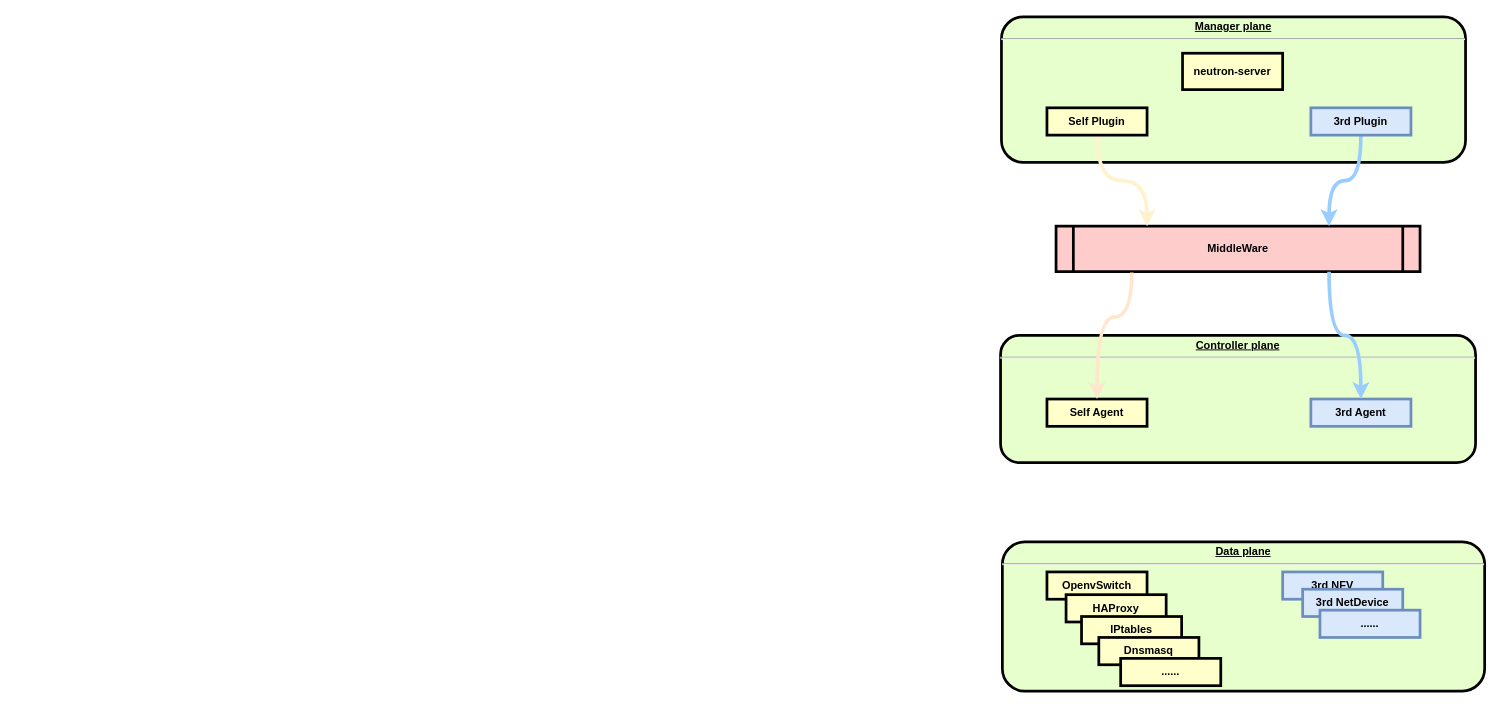
Earlier version of the draw.io diagram page "Page-2" (2 of 2) of Untitled Diagram.drawio (Sleepless-Poet/Lee). Source tidied: cells renumbered, new cells numbered last; positions are measured from the earlier drawing's top-left corner, leaving out a move shared by most shapes. Both pictures are drawn from the tidied source at 91%, with x=0, y=0 at pixel (1000, 16).
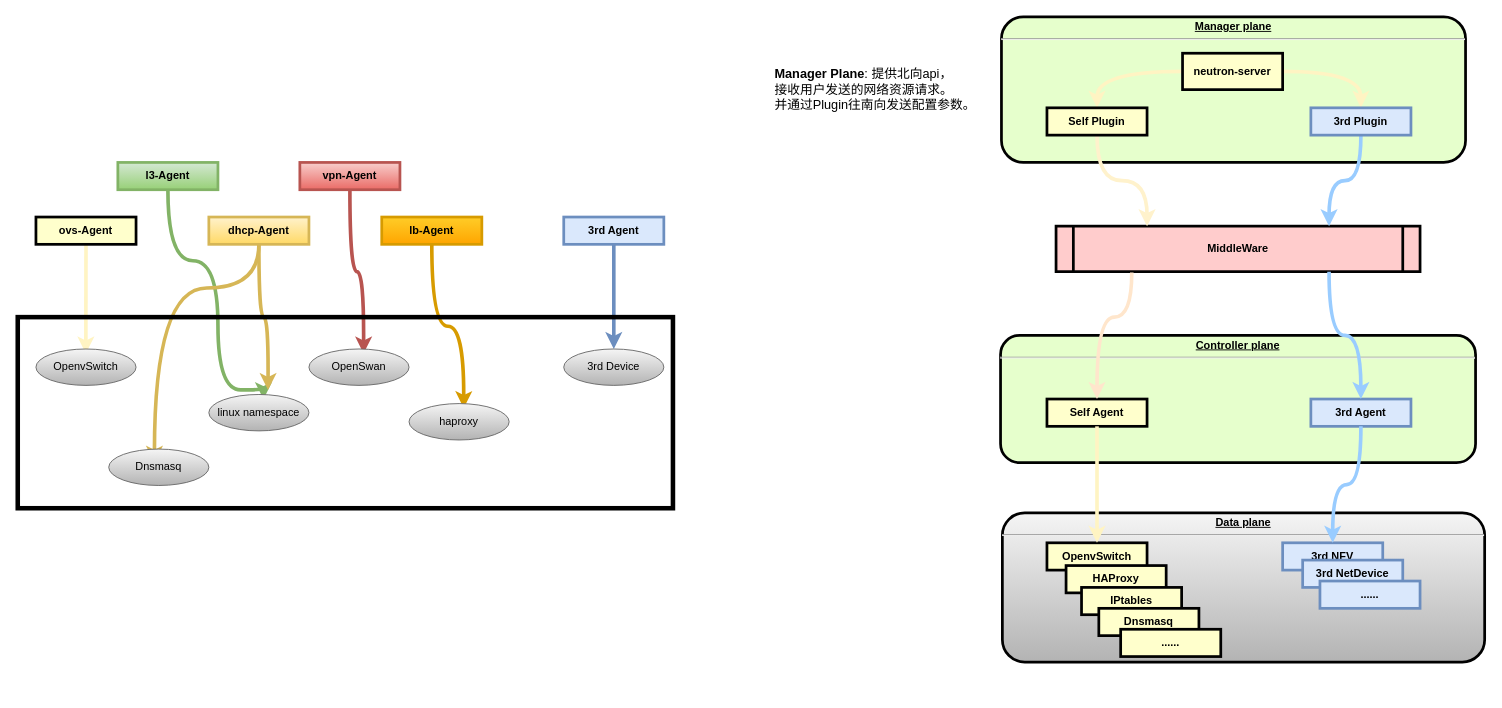
The same page after the edit.

Unchanged cells that the change refers to:
```xml
<mxCell id="5" value="neutron-server" style="whiteSpace=wrap;align=center;verticalAlign=middle;fontStyle=1;strokeWidth=3;fillColor=#FFFFCC;" parent="1" vertex="1">
  <mxGeometry x="200" y="40" width="110" height="40" as="geometry" />
</mxCell>
<mxCell id="7" value="Self Plugin" style="whiteSpace=wrap;align=center;verticalAlign=middle;fontStyle=1;strokeWidth=3;fillColor=#FFFFCC;" parent="1" vertex="1">
  <mxGeometry x="51" y="100" width="110" height="30" as="geometry" />
</mxCell>
<mxCell id="9" value="3rd Plugin" style="whiteSpace=wrap;align=center;verticalAlign=middle;fontStyle=1;strokeWidth=3;fillColor=#dae8fc;strokeColor=#6c8ebf;" parent="1" vertex="1">
  <mxGeometry x="341" y="100" width="110" height="30" as="geometry" />
</mxCell>
<mxCell id="11" value="Self Agent" style="whiteSpace=wrap;align=center;verticalAlign=middle;fontStyle=1;strokeWidth=3;fillColor=#FFFFCC;" parent="1" vertex="1">
  <mxGeometry x="51" y="420" width="110" height="30" as="geometry" />
</mxCell>
<mxCell id="12" value="3rd Agent" style="whiteSpace=wrap;align=center;verticalAlign=middle;fontStyle=1;strokeWidth=3;fillColor=#dae8fc;strokeColor=#6c8ebf;" parent="1" vertex="1">
  <mxGeometry x="341" y="420" width="110" height="30" as="geometry" />
</mxCell>
```

The edit, as a diff of the source:
```diff
@@
-    <mxCell id="3" value="&lt;p style=&quot;margin: 0px ; margin-top: 4px ; text-align: center ; text-decoration: underline&quot;&gt;Data plane&lt;/p&gt;&lt;hr&gt;&lt;p style=&quot;margin: 0px ; margin-left: 8px&quot;&gt;&lt;br&gt;&lt;/p&gt;" style="verticalAlign=middle;align=center;overflow=fill;fontSize=12;fontFamily=Helvetica;html=1;rounded=1;fontStyle=1;strokeWidth=3;fillColor=#E6FFCC;" parent="1" vertex="1">
-      <mxGeometry x="2" y="577" width="530" height="164" as="geometry" />
-    </mxCell>
@@
+    <mxCell id="23" style="edgeStyle=orthogonalEdgeStyle;curved=1;rounded=0;jettySize=auto;html=1;entryX=0.5;entryY=0;entryDx=0;entryDy=0;strokeColor=#FFF4C3;strokeWidth=4;" parent="1" edge="1" source="5" target="7">
+      <mxGeometry relative="1" as="geometry" />
+    </mxCell>
+    <mxCell id="24" style="edgeStyle=orthogonalEdgeStyle;curved=1;rounded=0;jettySize=auto;html=1;exitX=1;exitY=0.5;exitDx=0;exitDy=0;entryX=0.5;entryY=0;entryDx=0;entryDy=0;strokeColor=#FFF4C3;strokeWidth=4;" parent="1" edge="1" source="5" target="9">
+      <mxGeometry relative="1" as="geometry" />
+    </mxCell>
@@
+    <mxCell id="25" style="group;fillColor=#f5f5f5;gradientColor=#b3b3b3;rounded=1;" parent="1" vertex="1">
+      <mxGeometry x="2" y="545" width="530" height="164" as="geometry" />
+    </mxCell>
+    <mxCell id="3" value="&lt;p style=&quot;margin: 0px ; margin-top: 4px ; text-align: center ; text-decoration: underline&quot;&gt;Data plane&lt;/p&gt;&lt;hr&gt;&lt;p style=&quot;margin: 0px ; margin-left: 8px&quot;&gt;&lt;br&gt;&lt;/p&gt;" style="verticalAlign=middle;align=center;overflow=fill;fontSize=12;fontFamily=Helvetica;html=1;rounded=1;fontStyle=1;strokeWidth=3;fillColor=none;" parent="25" vertex="1">
+      <mxGeometry width="530" height="164" as="geometry" />
+    </mxCell>
-    <mxCell id="15" value="OpenvSwitch" style="whiteSpace=wrap;align=center;verticalAlign=middle;fontStyle=1;strokeWidth=3;fillColor=#FFFFCC;" parent="1" vertex="1">
-      <mxGeometry x="51" y="610" width="110" height="30" as="geometry" />
+    <mxCell id="15" value="OpenvSwitch" style="whiteSpace=wrap;align=center;verticalAlign=middle;fontStyle=1;strokeWidth=3;fillColor=#FFFFCC;" parent="25" vertex="1">
+      <mxGeometry x="49" y="33" width="110" height="30" as="geometry" />
     </mxCell>
-    <mxCell id="16" value="HAProxy" style="whiteSpace=wrap;align=center;verticalAlign=middle;fontStyle=1;strokeWidth=3;fillColor=#FFFFCC;" parent="1" vertex="1">
-      <mxGeometry x="72" y="635" width="110" height="30" as="geometry" />
+    <mxCell id="16" value="HAProxy" style="whiteSpace=wrap;align=center;verticalAlign=middle;fontStyle=1;strokeWidth=3;fillColor=#FFFFCC;" parent="25" vertex="1">
+      <mxGeometry x="70" y="58" width="110" height="30" as="geometry" />
     </mxCell>
-    <mxCell id="17" value="IPtables" style="whiteSpace=wrap;align=center;verticalAlign=middle;fontStyle=1;strokeWidth=3;fillColor=#FFFFCC;" parent="1" vertex="1">
-      <mxGeometry x="89" y="659" width="110" height="30" as="geometry" />
+    <mxCell id="17" value="IPtables" style="whiteSpace=wrap;align=center;verticalAlign=middle;fontStyle=1;strokeWidth=3;fillColor=#FFFFCC;" parent="25" vertex="1">
+      <mxGeometry x="87" y="82" width="110" height="30" as="geometry" />
     </mxCell>
-    <mxCell id="18" value="Dnsmasq" style="whiteSpace=wrap;align=center;verticalAlign=middle;fontStyle=1;strokeWidth=3;fillColor=#FFFFCC;" parent="1" vertex="1">
-      <mxGeometry x="108" y="682" width="110" height="30" as="geometry" />
+    <mxCell id="18" value="Dnsmasq" style="whiteSpace=wrap;align=center;verticalAlign=middle;fontStyle=1;strokeWidth=3;fillColor=#FFFFCC;" parent="25" vertex="1">
+      <mxGeometry x="106" y="105" width="110" height="30" as="geometry" />
     </mxCell>
-    <mxCell id="19" value="3rd NFV" style="whiteSpace=wrap;align=center;verticalAlign=middle;fontStyle=1;strokeWidth=3;fillColor=#dae8fc;strokeColor=#6c8ebf;" parent="1" vertex="1">
-      <mxGeometry x="310" y="610" width="110" height="30" as="geometry" />
+    <mxCell id="19" value="3rd NFV" style="whiteSpace=wrap;align=center;verticalAlign=middle;fontStyle=1;strokeWidth=3;fillColor=#dae8fc;strokeColor=#6c8ebf;" parent="25" vertex="1">
+      <mxGeometry x="308" y="33" width="110" height="30" as="geometry" />
     </mxCell>
-    <mxCell id="20" value="3rd NetDevice" style="whiteSpace=wrap;align=center;verticalAlign=middle;fontStyle=1;strokeWidth=3;fillColor=#dae8fc;strokeColor=#6c8ebf;" parent="1" vertex="1">
-      <mxGeometry x="332" y="629" width="110" height="30" as="geometry" />
+    <mxCell id="20" value="3rd NetDevice" style="whiteSpace=wrap;align=center;verticalAlign=middle;fontStyle=1;strokeWidth=3;fillColor=#dae8fc;strokeColor=#6c8ebf;" parent="25" vertex="1">
+      <mxGeometry x="330" y="52" width="110" height="30" as="geometry" />
     </mxCell>
-    <mxCell id="21" value="......" style="whiteSpace=wrap;align=center;verticalAlign=middle;fontStyle=1;strokeWidth=3;fillColor=#dae8fc;strokeColor=#6c8ebf;" parent="1" vertex="1">
-      <mxGeometry x="351" y="652" width="110" height="30" as="geometry" />
+    <mxCell id="21" value="......" style="whiteSpace=wrap;align=center;verticalAlign=middle;fontStyle=1;strokeWidth=3;fillColor=#dae8fc;strokeColor=#6c8ebf;" parent="25" vertex="1">
+      <mxGeometry x="349" y="75" width="110" height="30" as="geometry" />
     </mxCell>
-    <mxCell id="22" value="......" style="whiteSpace=wrap;align=center;verticalAlign=middle;fontStyle=1;strokeWidth=3;fillColor=#FFFFCC;" parent="1" vertex="1">
-      <mxGeometry x="132" y="705" width="110" height="30" as="geometry" />
+    <mxCell id="22" value="......" style="whiteSpace=wrap;align=center;verticalAlign=middle;fontStyle=1;strokeWidth=3;fillColor=#FFFFCC;" parent="25" vertex="1">
+      <mxGeometry x="130" y="128" width="110" height="30" as="geometry" />
     </mxCell>
+    <mxCell id="26" style="edgeStyle=orthogonalEdgeStyle;curved=1;rounded=0;jettySize=auto;html=1;entryX=0.5;entryY=0;entryDx=0;entryDy=0;strokeWidth=4;fillColor=#fff2cc;strokeColor=#FFF4C3;" parent="1" edge="1" source="11" target="15">
+      <mxGeometry relative="1" as="geometry" />
+    </mxCell>
+    <mxCell id="27" style="edgeStyle=orthogonalEdgeStyle;curved=1;rounded=0;jettySize=auto;html=1;strokeWidth=4;strokeColor=#99CCFF;" parent="1" edge="1" source="12" target="19">
+      <mxGeometry relative="1" as="geometry" />
+    </mxCell>
+    <mxCell id="28" value="&lt;div&gt;&lt;b style=&quot;font-size: 14px&quot;&gt;Manager Plane&lt;/b&gt;&lt;span style=&quot;font-size: 14px&quot;&gt;: 提供北向api，&lt;/span&gt;&lt;/div&gt;&lt;font&gt;&lt;font style=&quot;font-size: 14px&quot;&gt;接收用户发送的网络资源请求。&lt;br&gt;&lt;div&gt;&lt;span&gt;并通过Plugin往南向发送配置参数。&lt;/span&gt;&lt;/div&gt;&lt;/font&gt;&lt;/font&gt;" style="text;html=1;align=left;verticalAlign=middle;fillColor=none;strokeColor=none;rounded=0;" parent="1" vertex="1">
+      <mxGeometry x="-250" y="55" width="240" height="50" as="geometry" />
+    </mxCell>
+    <mxCell id="29" style="edgeStyle=orthogonalEdgeStyle;curved=1;rounded=0;jettySize=auto;html=1;entryX=0.136;entryY=0.139;entryDx=0;entryDy=0;entryPerimeter=0;strokeColor=#FFF4C3;strokeWidth=4;" parent="1" edge="1" source="30">
+      <mxGeometry relative="1" as="geometry">
+        <mxPoint x="-1005.2" y="370" as="targetPoint" />
+      </mxGeometry>
+    </mxCell>
+    <mxCell id="30" value="ovs-Agent" style="whiteSpace=wrap;align=center;verticalAlign=middle;fontStyle=1;strokeWidth=3;fillColor=#FFFFCC;" parent="1" vertex="1">
+      <mxGeometry x="-1060" y="220" width="110" height="30" as="geometry" />
+    </mxCell>
+    <mxCell id="31" style="edgeStyle=orthogonalEdgeStyle;curved=1;rounded=0;jettySize=auto;html=1;entryX=0.491;entryY=0.417;entryDx=0;entryDy=0;entryPerimeter=0;strokeColor=#82b366;strokeWidth=4;gradientColor=#97d077;fillColor=#d5e8d4;" parent="1" edge="1" source="32">
+      <mxGeometry relative="1" as="geometry">
+        <mxPoint x="-810" y="420.1" as="targetPoint" />
+        <Array as="points">
+          <mxPoint x="-915" y="268" />
+          <mxPoint x="-860" y="268" />
+          <mxPoint x="-860" y="410" />
+          <mxPoint x="-810" y="410" />
+        </Array>
+      </mxGeometry>
+    </mxCell>
+    <mxCell id="32" value="l3-Agent" style="whiteSpace=wrap;align=center;verticalAlign=middle;fontStyle=1;strokeWidth=3;fillColor=#d5e8d4;gradientColor=#97d077;strokeColor=#82b366;" parent="1" vertex="1">
+      <mxGeometry x="-970" y="160" width="110" height="30" as="geometry" />
+    </mxCell>
+    <mxCell id="33" style="edgeStyle=orthogonalEdgeStyle;curved=1;rounded=0;jettySize=auto;html=1;entryX=0.273;entryY=0.806;entryDx=0;entryDy=0;entryPerimeter=0;strokeColor=#d6b656;strokeWidth=4;gradientColor=#ffd966;fillColor=#fff2cc;" parent="1" edge="1" source="35">
+      <mxGeometry relative="1" as="geometry">
+        <mxPoint x="-929.8" y="490.1" as="targetPoint" />
+        <Array as="points">
+          <mxPoint x="-815" y="298" />
+          <mxPoint x="-930" y="298" />
+        </Array>
+      </mxGeometry>
+    </mxCell>
+    <mxCell id="34" style="edgeStyle=orthogonalEdgeStyle;curved=1;rounded=0;jettySize=auto;html=1;strokeColor=#d6b656;strokeWidth=4;gradientColor=#ffd966;fillColor=#fff2cc;" parent="1" edge="1" source="35">
+      <mxGeometry relative="1" as="geometry">
+        <mxPoint x="-805" y="410" as="targetPoint" />
+      </mxGeometry>
+    </mxCell>
+    <mxCell id="35" value="dhcp-Agent" style="whiteSpace=wrap;align=center;verticalAlign=middle;fontStyle=1;strokeWidth=3;fillColor=#fff2cc;gradientColor=#ffd966;strokeColor=#d6b656;" parent="1" vertex="1">
+      <mxGeometry x="-870" y="220" width="110" height="30" as="geometry" />
+    </mxCell>
+    <mxCell id="36" style="edgeStyle=orthogonalEdgeStyle;curved=1;rounded=0;jettySize=auto;html=1;exitX=0.5;exitY=1;exitDx=0;exitDy=0;entryX=0.691;entryY=0.139;entryDx=0;entryDy=0;entryPerimeter=0;strokeColor=#b85450;strokeWidth=4;gradientColor=#ea6b66;fillColor=#f8cecc;" parent="1" edge="1" source="37">
+      <mxGeometry relative="1" as="geometry">
+        <mxPoint x="-700" y="370" as="targetPoint" />
+      </mxGeometry>
+    </mxCell>
+    <mxCell id="37" value="vpn-Agent" style="whiteSpace=wrap;align=center;verticalAlign=middle;fontStyle=1;strokeWidth=3;fillColor=#f8cecc;gradientColor=#ea6b66;strokeColor=#b85450;" parent="1" vertex="1">
+      <mxGeometry x="-770" y="160" width="110" height="30" as="geometry" />
+    </mxCell>
+    <mxCell id="38" style="edgeStyle=orthogonalEdgeStyle;curved=1;rounded=0;jettySize=auto;html=1;entryX=0.891;entryY=0.472;entryDx=0;entryDy=0;entryPerimeter=0;strokeColor=#d79b00;strokeWidth=4;gradientColor=#ffa500;fillColor=#ffcd28;" parent="1" edge="1" source="39">
+      <mxGeometry relative="1" as="geometry">
+        <mxPoint x="-590" y="430" as="targetPoint" />
+      </mxGeometry>
+    </mxCell>
+    <mxCell id="39" value="lb-Agent" style="whiteSpace=wrap;align=center;verticalAlign=middle;fontStyle=1;strokeWidth=3;fillColor=#ffcd28;gradientColor=#ffa500;strokeColor=#d79b00;" parent="1" vertex="1">
+      <mxGeometry x="-680" y="220" width="110" height="30" as="geometry" />
+    </mxCell>
+    <mxCell id="40" value="OpenvSwitch" style="ellipse;whiteSpace=wrap;html=1;rounded=1;strokeColor=#666666;gradientColor=#b3b3b3;fillColor=#f5f5f5;" parent="1" vertex="1">
+      <mxGeometry x="-1060" y="365" width="110" height="40" as="geometry" />
+    </mxCell>
+    <mxCell id="41" value="linux namespace" style="ellipse;whiteSpace=wrap;html=1;rounded=1;strokeColor=#666666;gradientColor=#b3b3b3;fillColor=#f5f5f5;" parent="1" vertex="1">
+      <mxGeometry x="-870" y="415" width="110" height="40" as="geometry" />
+    </mxCell>
+    <mxCell id="42" value="haproxy" style="ellipse;whiteSpace=wrap;html=1;rounded=1;strokeColor=#666666;gradientColor=#b3b3b3;fillColor=#f5f5f5;" parent="1" vertex="1">
+      <mxGeometry x="-650" y="425" width="110" height="40" as="geometry" />
+    </mxCell>
+    <mxCell id="43" value="OpenSwan" style="ellipse;whiteSpace=wrap;html=1;rounded=1;strokeColor=#666666;gradientColor=#b3b3b3;fillColor=#f5f5f5;" parent="1" vertex="1">
+      <mxGeometry x="-760" y="365" width="110" height="40" as="geometry" />
+    </mxCell>
+    <mxCell id="44" value="Dnsmasq" style="ellipse;whiteSpace=wrap;html=1;rounded=1;strokeColor=#666666;gradientColor=#b3b3b3;fillColor=#f5f5f5;" parent="1" vertex="1">
+      <mxGeometry x="-980" y="475" width="110" height="40" as="geometry" />
+    </mxCell>
+    <mxCell id="45" style="edgeStyle=orthogonalEdgeStyle;curved=1;rounded=0;jettySize=auto;html=1;entryX=0.5;entryY=0;entryDx=0;entryDy=0;strokeColor=#6c8ebf;strokeWidth=4;gradientColor=#7ea6e0;fillColor=#dae8fc;" parent="1" edge="1" source="46" target="47">
+      <mxGeometry relative="1" as="geometry" />
+    </mxCell>
+    <mxCell id="46" value="3rd Agent" style="whiteSpace=wrap;align=center;verticalAlign=middle;fontStyle=1;strokeWidth=3;fillColor=#dae8fc;strokeColor=#6c8ebf;" parent="1" vertex="1">
+      <mxGeometry x="-480" y="220" width="110" height="30" as="geometry" />
+    </mxCell>
+    <mxCell id="47" value="3rd Device" style="ellipse;whiteSpace=wrap;html=1;rounded=1;strokeColor=#666666;gradientColor=#b3b3b3;fillColor=#f5f5f5;" parent="1" vertex="1">
+      <mxGeometry x="-480" y="365" width="110" height="40" as="geometry" />
+    </mxCell>
+    <mxCell id="48" style="rounded=0;whiteSpace=wrap;html=1;strokeColor=#000000;fillColor=none;strokeWidth=5;" parent="1" vertex="1">
+      <mxGeometry x="-1080" y="330" width="720" height="210" as="geometry" />
+    </mxCell>
```
